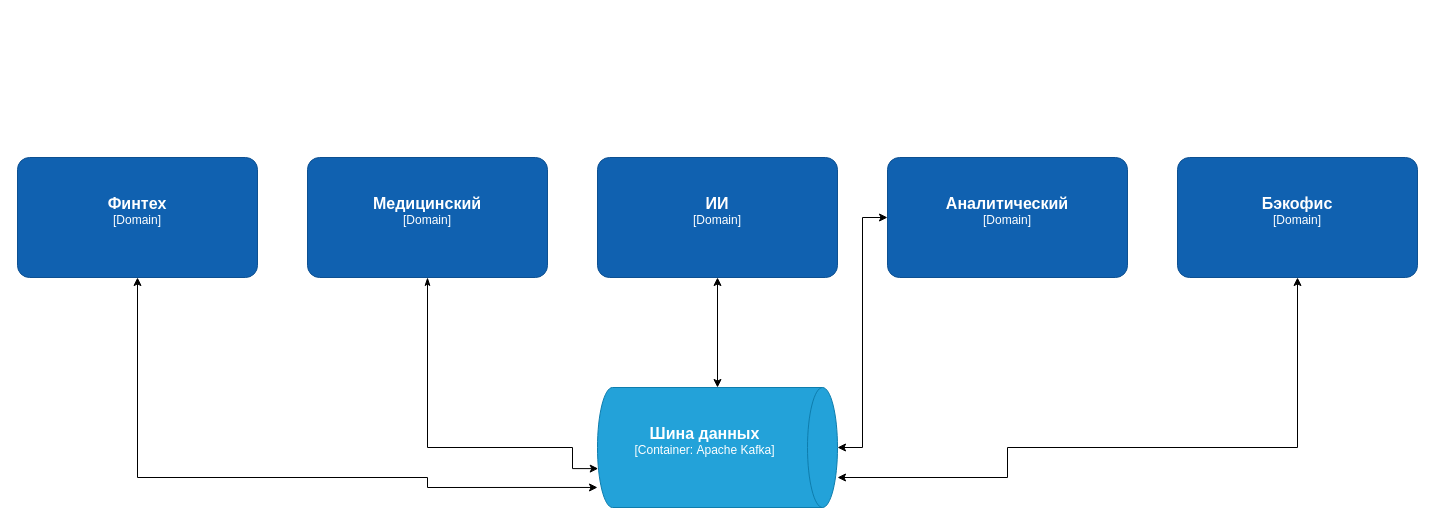
0rgba/architecture-future_2_0 keeps this draw.io diagram as Task2/dfd.drawio. Above is the earlier version. Source tidied: cells renumbered, new cells numbered last; positions are measured from the earlier drawing's top-left corner, leaving out a move shared by most shapes. Both pictures are drawn from the tidied source at 100%, with x=0, y=0 at pixel (17, 157).
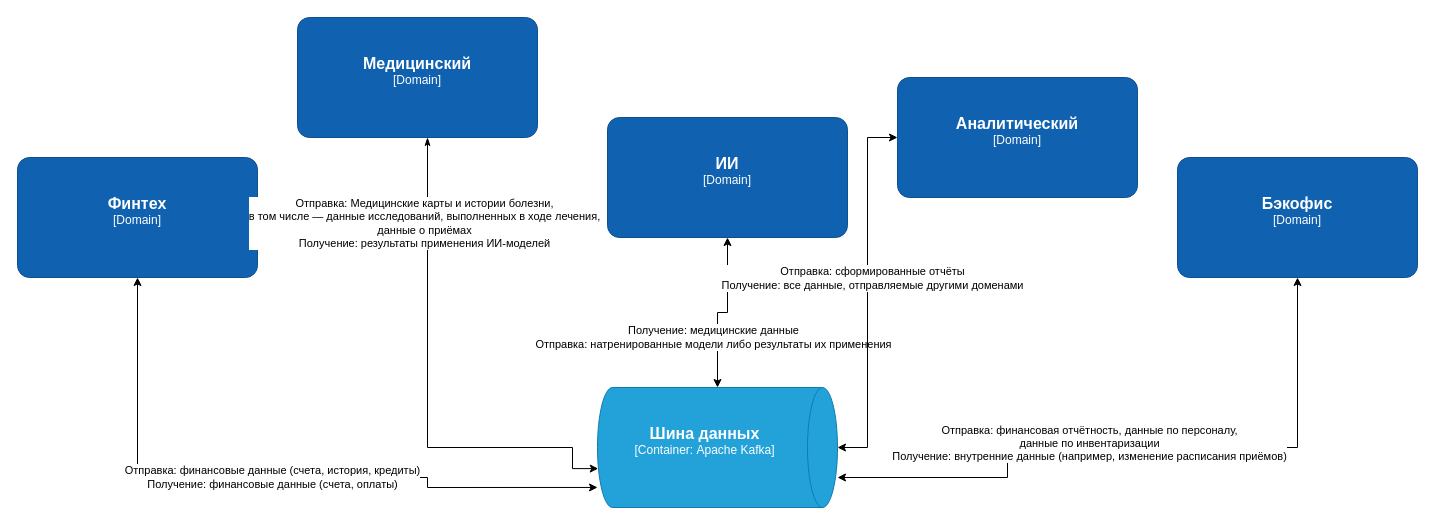
After the change.

The change refers to these unchanged cells:
```xml
<object id="3" label="&lt;font style=&quot;font-size: 16px&quot;&gt;&lt;b&gt;%c4Name%&lt;/b&gt;&lt;/font&gt;&lt;div&gt;[%c4Type%]&lt;/div&gt;&lt;br&gt;&lt;div&gt;&lt;font style=&quot;font-size: 11px&quot;&gt;&lt;font color=&quot;#cccccc&quot;&gt;%c4Description%&lt;/font&gt;&lt;/div&gt;" c4Description="" c4Name="Финтех" c4Type="Domain" placeholders="1">
  <mxCell style="rounded=1;whiteSpace=wrap;html=1;labelBackgroundColor=none;fillColor=#1061B0;fontColor=#ffffff;align=center;arcSize=10;strokeColor=#0D5091;points=[[0.25,0,0],[0.5,0,0],[0.75,0,0],[1,0.25,0],[1,0.5,0],[1,0.75,0],[0.75,1,0],[0.5,1,0],[0.25,1,0],[0,0.75,0],[0,0.5,0],[0,0.25,0]];" parent="1" vertex="1">
    <mxGeometry width="240" height="120" as="geometry" />
  </mxCell>
</object>
<mxCell id="4" style="edgeStyle=orthogonalEdgeStyle;rounded=0;jettySize=auto;html=1;startArrow=classic;startFill=1;" parent="1" edge="1" source="5" target="8">
  <mxGeometry relative="1" as="geometry" />
</mxCell>
<object id="8" label="&lt;font style=&quot;font-size: 16px&quot;&gt;&lt;b&gt;%c4Name%&lt;/b&gt;&lt;/font&gt;&lt;div&gt;[%c4Type%:&amp;nbsp;%c4Technology%]&lt;/div&gt;&lt;br&gt;&lt;div&gt;&lt;font style=&quot;font-size: 11px&quot;&gt;&lt;font color=&quot;#E6E6E6&quot;&gt;%c4Description%&lt;/font&gt;&lt;/div&gt;" c4Description="" c4Name="Шина данных" c4Technology="Apache Kafka" c4Type="Container" placeholders="1">
  <mxCell style="shape=cylinder3;size=15;direction=south;whiteSpace=wrap;html=1;boundedLbl=1;rounded=0;labelBackgroundColor=none;fillColor=#23A2D9;fontSize=12;fontColor=#ffffff;align=center;strokeColor=#0E7DAD;points=[[0.5,0,0],[1,0.25,0],[1,0.5,0],[1,0.75,0],[0.5,1,0],[0,0.75,0],[0,0.5,0],[0,0.25,0]];" parent="1" vertex="1">
    <mxGeometry x="580" y="230" width="240" height="120" as="geometry" />
  </mxCell>
</object>
<mxCell id="9" style="edgeStyle=orthogonalEdgeStyle;rounded=0;jettySize=auto;html=1;entryX=0.5;entryY=0;entryDx=0;entryDy=0;entryPerimeter=0;startArrow=classic;startFill=1;" parent="1" edge="1" source="6" target="8">
  <mxGeometry relative="1" as="geometry" />
</mxCell>
<mxCell id="10" style="edgeStyle=orthogonalEdgeStyle;rounded=0;jettySize=auto;html=1;entryX=0.75;entryY=0;entryDx=0;entryDy=0;entryPerimeter=0;startArrow=classic;startFill=1;" parent="1" edge="1" source="7" target="8">
  <mxGeometry relative="1" as="geometry">
    <Array as="points">
      <mxPoint x="1280" y="290" />
      <mxPoint x="990" y="290" />
      <mxPoint x="990" y="320" />
    </Array>
  </mxGeometry>
</mxCell>
<mxCell id="11" style="edgeStyle=orthogonalEdgeStyle;rounded=0;jettySize=auto;html=1;entryX=0.676;entryY=0.997;entryDx=0;entryDy=0;entryPerimeter=0;startArrow=classicThin;startFill=1;" parent="1" edge="1" source="2" target="8">
  <mxGeometry relative="1" as="geometry">
    <Array as="points">
      <mxPoint x="410" y="290" />
      <mxPoint x="555" y="290" />
      <mxPoint x="555" y="311" />
    </Array>
  </mxGeometry>
</mxCell>
```

Change to the diagram source:
```diff
@@
     <object id="2" label="&lt;font style=&quot;font-size: 16px&quot;&gt;&lt;b&gt;%c4Name%&lt;/b&gt;&lt;/font&gt;&lt;div&gt;[%c4Type%]&lt;/div&gt;&lt;br&gt;&lt;div&gt;&lt;font style=&quot;font-size: 11px&quot;&gt;&lt;font color=&quot;#cccccc&quot;&gt;%c4Description%&lt;/font&gt;&lt;/div&gt;" c4Description="" c4Name="Медицинский" c4Type="Domain" placeholders="1">
       <mxCell style="rounded=1;whiteSpace=wrap;html=1;labelBackgroundColor=none;fillColor=#1061B0;fontColor=#ffffff;align=center;arcSize=10;strokeColor=#0D5091;points=[[0.25,0,0],[0.5,0,0],[0.75,0,0],[1,0.25,0],[1,0.5,0],[1,0.75,0],[0.75,1,0],[0.5,1,0],[0.25,1,0],[0,0.75,0],[0,0.5,0],[0,0.25,0]];" parent="1" vertex="1">
-        <mxGeometry x="290" width="240" height="120" as="geometry" />
+        <mxGeometry x="280" y="-140" width="240" height="120" as="geometry" />
       </mxCell>
     </object>
@@
+    <mxCell id="13" value="Получение: медицинские данные&lt;br&gt;Отправка: натренированные модели либо результаты их применения" style="edgeLabel;html=1;align=center;verticalAlign=middle;" parent="4" vertex="1">
+      <mxGeometry x="0.36" y="-5" relative="1" as="geometry" />
+    </mxCell>
     <object id="5" label="&lt;font style=&quot;font-size: 16px&quot;&gt;&lt;b&gt;%c4Name%&lt;/b&gt;&lt;/font&gt;&lt;div&gt;[%c4Type%]&lt;/div&gt;&lt;br&gt;&lt;div&gt;&lt;font style=&quot;font-size: 11px&quot;&gt;&lt;font color=&quot;#cccccc&quot;&gt;%c4Description%&lt;/font&gt;&lt;/div&gt;" c4Description="" c4Name="ИИ" c4Type="Domain" placeholders="1">
       <mxCell style="rounded=1;whiteSpace=wrap;html=1;labelBackgroundColor=none;fillColor=#1061B0;fontColor=#ffffff;align=center;arcSize=10;strokeColor=#0D5091;points=[[0.25,0,0],[0.5,0,0],[0.75,0,0],[1,0.25,0],[1,0.5,0],[1,0.75,0],[0.75,1,0],[0.5,1,0],[0.25,1,0],[0,0.75,0],[0,0.5,0],[0,0.25,0]];" parent="1" vertex="1">
-        <mxGeometry x="580" width="240" height="120" as="geometry" />
+        <mxGeometry x="590" y="-40" width="240" height="120" as="geometry" />
       </mxCell>
     </object>
     <object id="6" label="&lt;font style=&quot;font-size: 16px&quot;&gt;&lt;b&gt;%c4Name%&lt;/b&gt;&lt;/font&gt;&lt;div&gt;[%c4Type%]&lt;/div&gt;&lt;br&gt;&lt;div&gt;&lt;font style=&quot;font-size: 11px&quot;&gt;&lt;font color=&quot;#cccccc&quot;&gt;%c4Description%&lt;/font&gt;&lt;/div&gt;" c4Description="" c4Name="Аналитический" c4Type="Domain" placeholders="1">
       <mxCell style="rounded=1;whiteSpace=wrap;html=1;labelBackgroundColor=none;fillColor=#1061B0;fontColor=#ffffff;align=center;arcSize=10;strokeColor=#0D5091;points=[[0.25,0,0],[0.5,0,0],[0.75,0,0],[1,0.25,0],[1,0.5,0],[1,0.75,0],[0.75,1,0],[0.5,1,0],[0.25,1,0],[0,0.75,0],[0,0.5,0],[0,0.25,0]];" parent="1" vertex="1">
-        <mxGeometry x="870" width="240" height="120" as="geometry" />
+        <mxGeometry x="880" y="-80" width="240" height="120" as="geometry" />
       </mxCell>
     </object>
@@
+    <mxCell id="14" value="Отправка: сформированные отчёты&lt;br&gt;Получение: все данные, отправляемые другими доменами" style="edgeLabel;html=1;align=center;verticalAlign=middle;" parent="9" vertex="1">
+      <mxGeometry x="-0.08" y="4" relative="1" as="geometry" />
+    </mxCell>
@@
+    <mxCell id="15" value="Отправка: финансовая отчётность, данные по персоналу,&lt;br&gt;данные по инвентаризации&lt;br&gt;Получение: внутренние данные (например, изменение расписания приёмов)" style="edgeLabel;html=1;align=center;verticalAlign=middle;" parent="10" vertex="1">
+      <mxGeometry x="0.15" y="-5" relative="1" as="geometry" />
+    </mxCell>
@@
+    <mxCell id="16" value="Отправка:&amp;nbsp;Медицинские карты и истории болезни,&lt;br&gt;в том числе — данные исследований, выполненных в ходе лечения,&lt;br&gt;данные о приёмах&lt;br&gt;Получение: результаты применения ИИ-моделей" style="edgeLabel;html=1;align=center;verticalAlign=middle;" parent="11" vertex="1">
+      <mxGeometry x="-0.66" y="-4" relative="1" as="geometry" />
+    </mxCell>
-    <mxCell id="12" style="edgeStyle=orthogonalEdgeStyle;rounded=0;jettySize=auto;html=1;entryX=0.833;entryY=1;entryDx=0;entryDy=0;entryPerimeter=0;startArrow=classic;startFill=1;" parent="1" edge="1" source="3" target="8">
+    <mxCell id="12" value="Отправка: финансовые данные (счета, история, кредиты)&lt;br&gt;Получение: финансовые данные (счета, оплаты)" style="edgeStyle=orthogonalEdgeStyle;rounded=0;jettySize=auto;html=1;entryX=0.833;entryY=1;entryDx=0;entryDy=0;entryPerimeter=0;startArrow=classic;startFill=1;" parent="1" edge="1" source="3" target="8">
       <mxGeometry relative="1" as="geometry">
         <Array as="points">
           <mxPoint x="120" y="320" />
           <mxPoint x="410" y="320" />
           <mxPoint x="410" y="330" />
         </Array>
       </mxGeometry>
     </mxCell>
```
